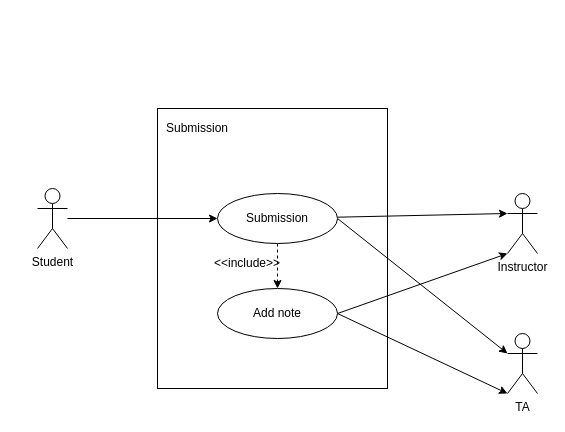
Earlier version of the draw.io diagram Assignments/Assignment 4/UseCase.drawio (atomo15/amw6rc). Source tidied: cells renumbered, new cells numbered last; positions are measured from the earlier drawing's top-left corner, leaving out a move shared by most shapes. Both pictures are drawn from the tidied source at 100%, with x=0, y=0 at pixel (37, 108).
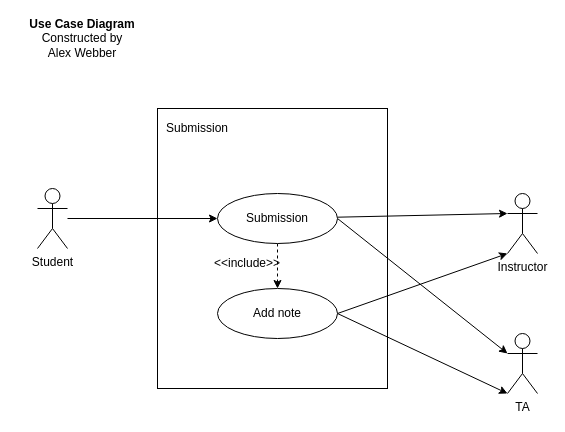
The same page after the edit.

What changed in the source:
```diff
@@
 <mxGraphModel>
   <root>
     <mxCell id="0" />
     <mxCell id="1" parent="0" />
     <mxCell id="2" style="edgeStyle=orthogonalEdgeStyle;rounded=0;jettySize=auto;html=1;entryX=0;entryY=0.5;entryDx=0;entryDy=0;" parent="1" edge="1" source="3" target="7">
       <mxGeometry relative="1" as="geometry" />
     </mxCell>
     <mxCell id="3" value="Student&lt;br&gt;" style="shape=umlActor;verticalLabelPosition=bottom;labelBackgroundColor=#ffffff;verticalAlign=top;html=1;outlineConnect=0;" parent="1" vertex="1">
       <mxGeometry y="80" width="30" height="60" as="geometry" />
     </mxCell>
     <mxCell id="4" style="edgeStyle=orthogonalEdgeStyle;rounded=0;jettySize=auto;html=1;exitX=0.5;exitY=1;exitDx=0;exitDy=0;entryX=0.5;entryY=0;entryDx=0;entryDy=0;dashed=1;labelPosition=center;verticalLabelPosition=middle;align=center;verticalAlign=middle;labelBorderColor=none;" parent="1" edge="1" source="7" target="10">
       <mxGeometry relative="1" as="geometry" />
     </mxCell>
     <mxCell id="5" style="rounded=0;jettySize=auto;html=1;entryX=0;entryY=0.3333333333333333;entryDx=0;entryDy=0;entryPerimeter=0;" parent="1" edge="1" source="7" target="11">
       <mxGeometry relative="1" as="geometry" />
     </mxCell>
     <mxCell id="6" style="rounded=0;jettySize=auto;html=1;exitX=1;exitY=0.5;exitDx=0;exitDy=0;entryX=0;entryY=0.3333333333333333;entryDx=0;entryDy=0;entryPerimeter=0;" parent="1" edge="1" source="7" target="12">
       <mxGeometry relative="1" as="geometry" />
     </mxCell>
     <mxCell id="7" value="Submission" style="ellipse;whiteSpace=wrap;html=1;" parent="1" vertex="1">
       <mxGeometry x="180" y="85" width="120" height="50" as="geometry" />
     </mxCell>
     <mxCell id="8" style="rounded=0;jettySize=auto;html=1;exitX=1;exitY=0.5;exitDx=0;exitDy=0;entryX=0;entryY=1;entryDx=0;entryDy=0;entryPerimeter=0;" parent="1" edge="1" source="10" target="11">
       <mxGeometry relative="1" as="geometry" />
     </mxCell>
     <mxCell id="9" style="rounded=0;jettySize=auto;html=1;exitX=1;exitY=0.5;exitDx=0;exitDy=0;entryX=0;entryY=1;entryDx=0;entryDy=0;entryPerimeter=0;endArrow=classic;endFill=1;" parent="1" edge="1" source="10" target="12">
       <mxGeometry relative="1" as="geometry" />
     </mxCell>
     <mxCell id="10" value="Add note" style="ellipse;whiteSpace=wrap;html=1;" parent="1" vertex="1">
       <mxGeometry x="180" y="180" width="120" height="50" as="geometry" />
     </mxCell>
     <mxCell id="11" value="Instructor" style="shape=umlActor;verticalLabelPosition=bottom;labelBackgroundColor=#ffffff;verticalAlign=top;html=1;" parent="1" vertex="1">
       <mxGeometry x="470" y="85" width="30" height="60" as="geometry" />
     </mxCell>
     <mxCell id="12" value="TA" style="shape=umlActor;verticalLabelPosition=bottom;labelBackgroundColor=#ffffff;verticalAlign=top;html=1;" parent="1" vertex="1">
       <mxGeometry x="470" y="225" width="30" height="60" as="geometry" />
     </mxCell>
     <mxCell id="13" value="&amp;lt;&amp;lt;include&amp;gt;&amp;gt;" style="text;html=1;strokeColor=none;fillColor=none;align=center;verticalAlign=middle;whiteSpace=wrap;rounded=0;" parent="1" vertex="1">
       <mxGeometry x="190" y="145" width="40" height="20" as="geometry" />
     </mxCell>
     <mxCell id="14" style="rounded=0;whiteSpace=wrap;html=1;fillColor=none;" parent="1" vertex="1">
       <mxGeometry x="120" width="230" height="280" as="geometry" />
     </mxCell>
     <mxCell id="15" value="Submission" style="text;html=1;strokeColor=none;fillColor=none;align=center;verticalAlign=middle;whiteSpace=wrap;rounded=0;" parent="1" vertex="1">
       <mxGeometry x="140" y="10" width="40" height="20" as="geometry" />
     </mxCell>
+    <mxCell id="16" value="&lt;b&gt;Use Case Diagram&lt;br&gt;&lt;/b&gt;Constructed by &lt;br&gt;Alex Webber" style="text;html=1;strokeColor=none;fillColor=none;align=center;verticalAlign=middle;whiteSpace=wrap;rounded=0;" parent="1" vertex="1">
+      <mxGeometry x="-20" y="-80" width="130" height="20" as="geometry" />
+    </mxCell>
   </root>
 </mxGraphModel>
```
